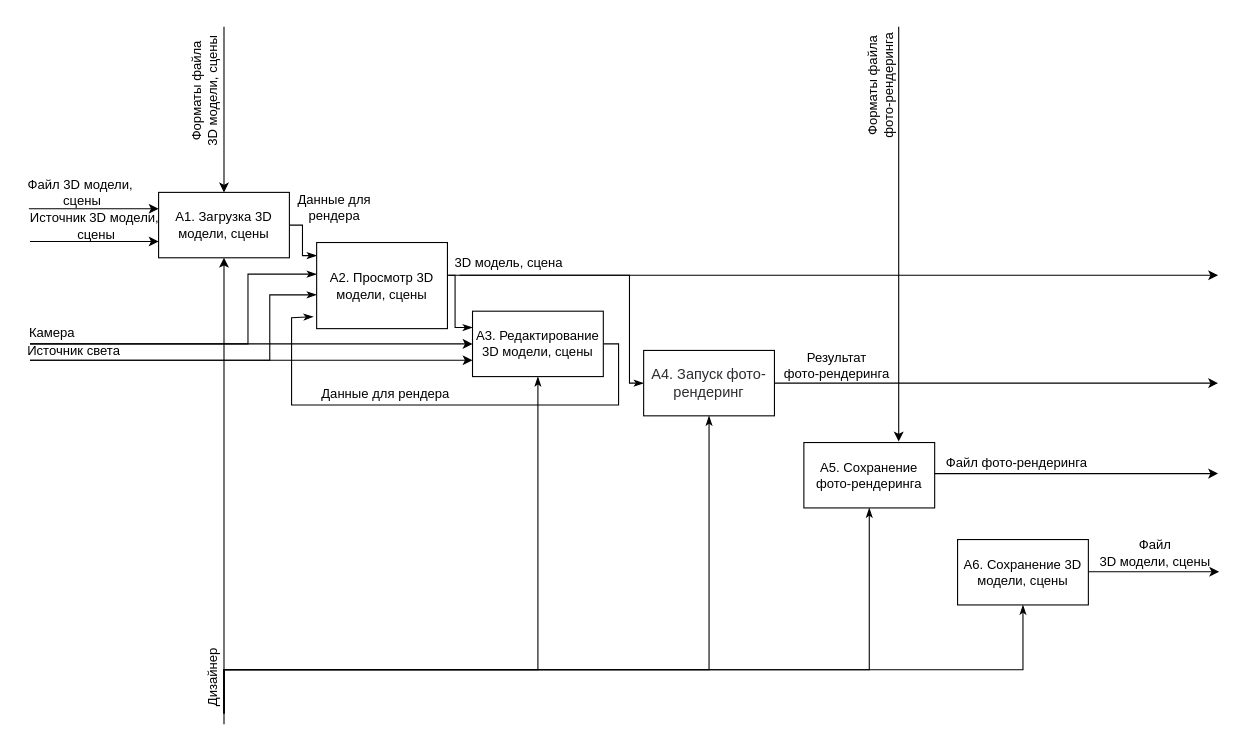
Before: page "A0_Details" (2 of 3) of module_2/IDEF0.drawio in SheinEA/gb_architect, a draw.io diagram. Source tidied: cells renumbered, new cells numbered last; positions are measured from the earlier drawing's top-left corner, leaving out a move shared by most shapes. Both pictures are drawn from the tidied source at 109%, with x=0, y=0 at pixel (19, 26).
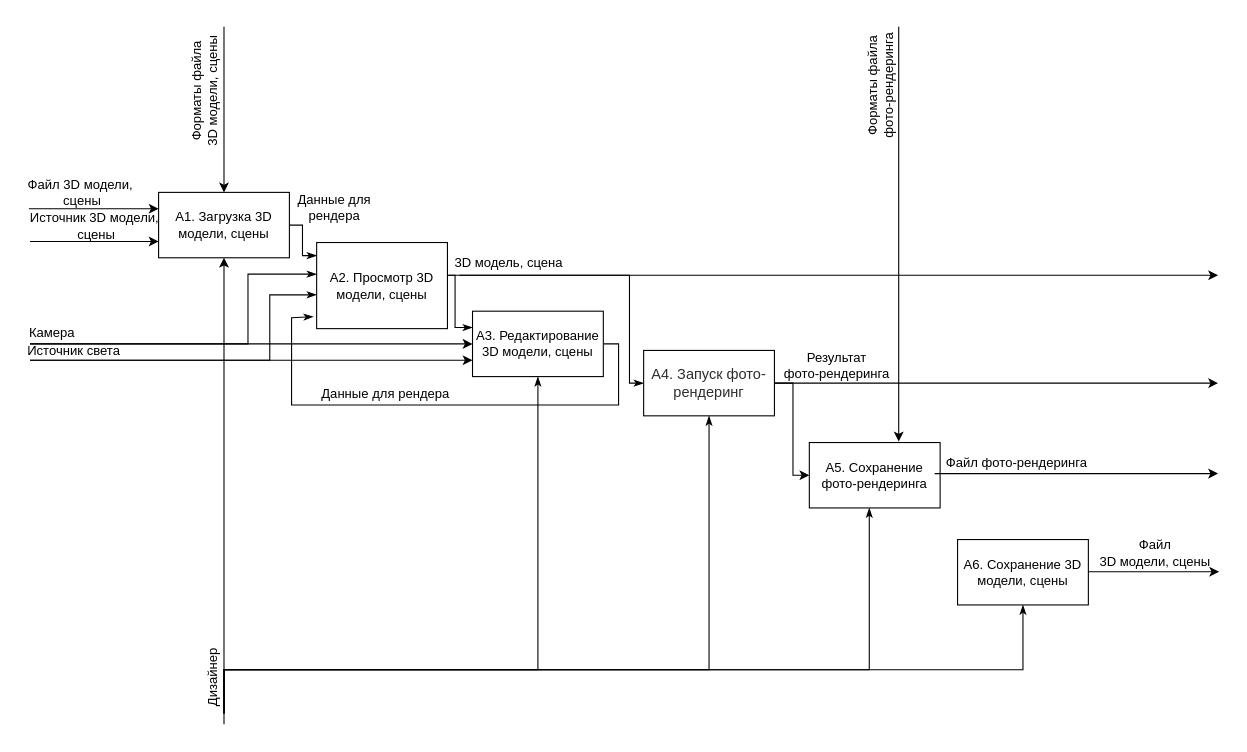
Above is the later version.

Unchanged cells that the change refers to:
```xml
<mxCell id="34" value="&lt;span style=&quot;color: rgb(44 , 45 , 48) ; font-family: &amp;#34;arial&amp;#34; ; font-size: 13.3333px&quot;&gt;A4. Запуск фото- рендеринг&lt;/span&gt;" style="rounded=0;whiteSpace=wrap;html=1;" parent="1" vertex="1">
  <mxGeometry x="573" y="297" width="120" height="60" as="geometry" />
</mxCell>
```

The edit, as a diff of the source:
```diff
@@
     <mxCell id="36" value="A5. Сохранение фото-рендеринга" style="rounded=0;whiteSpace=wrap;html=1;" parent="1" vertex="1">
-      <mxGeometry x="720" y="381.5" width="120" height="60" as="geometry" />
+      <mxGeometry x="725" y="381.5" width="120" height="60" as="geometry" />
     </mxCell>
@@
+    <mxCell id="42" style="edgeStyle=orthogonalEdgeStyle;rounded=0;jettySize=auto;html=1;entryX=0;entryY=0.5;entryDx=0;entryDy=0;" parent="1" edge="1" source="34" target="36">
+      <mxGeometry relative="1" as="geometry">
+        <Array as="points">
+          <mxPoint x="710" y="327" />
+          <mxPoint x="710" y="412" />
+        </Array>
+      </mxGeometry>
+    </mxCell>
```
